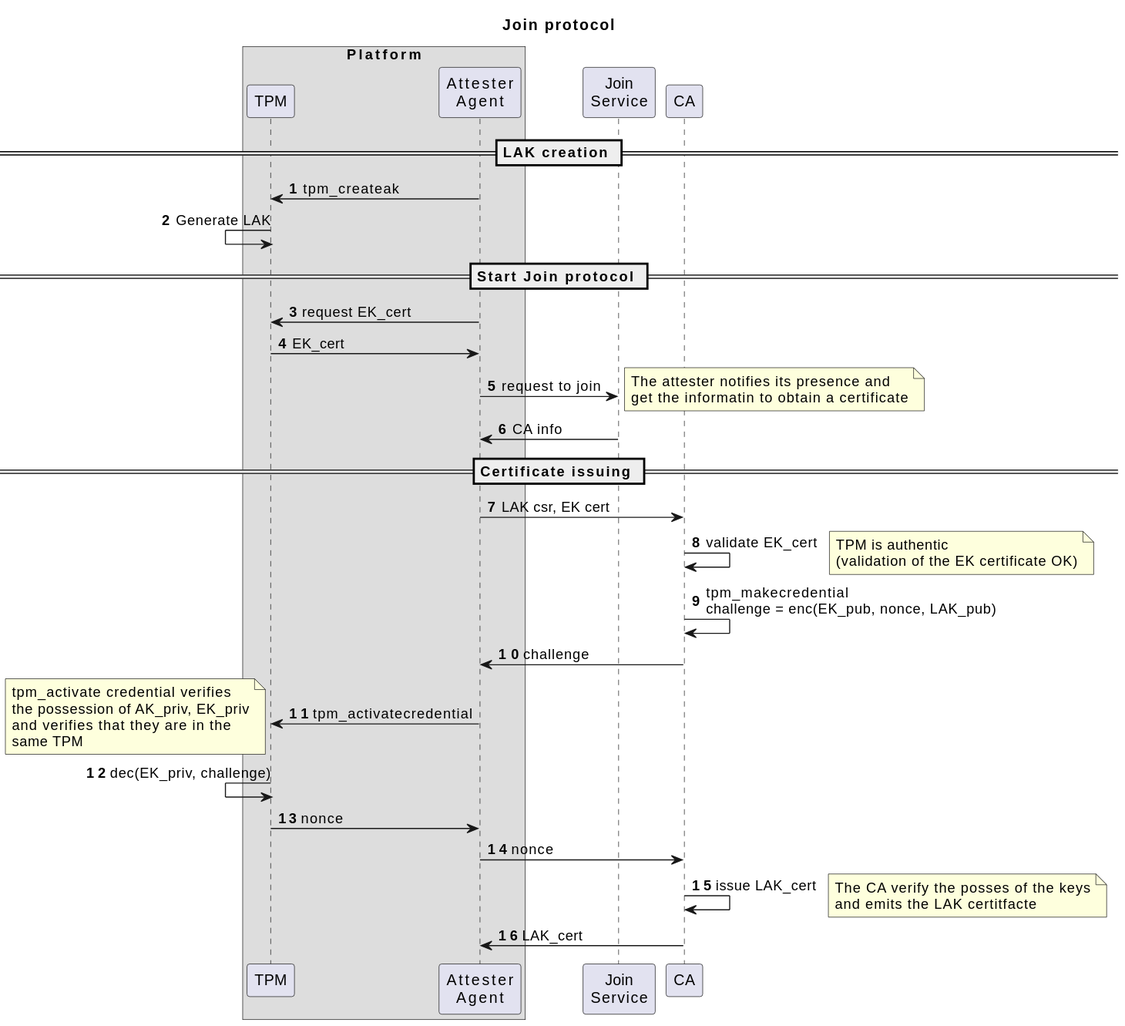
Earlier version of the PlantUML export docs/protocols/join.svg (Cybersecurity-LINKS/embrave). Source of this version:
```plantuml
@startuml
title
Join protocol
end title
autonumber

box "Platform"
participant TPM
participant "Attester\nAgent" as attester_agent
endbox
participant "Join\nService" as join_service

== LAK creation ==
TPM<-attester_agent: tpm_createak
TPM<-TPM:  Generate LAK

== Start Join protocol ==
TPM<-attester_agent: request EK_cert
TPM->attester_agent: EK_cert
attester_agent->join_service: request to join
note right
The attester notifies its presence and
get the informatin to obtain a certificate
end note
join_service->attester_agent: CA info

== Certificate issuing ==
attester_agent->CA: LAK csr, EK cert
CA->CA: validate EK_cert
note right
TPM is authentic
(validation of the EK certificate OK)
end note
CA->CA: tpm_makecredential\nchallenge = enc(EK_pub, nonce, LAK_pub)
attester_agent<-CA: challenge
TPM<-attester_agent: tpm_activatecredential
note left
tpm_activate credential verifies
the possession of AK_priv, EK_priv
and verifies that they are in the
same TPM
end note
TPM<-TPM: dec(EK_priv, challenge)
TPM->attester_agent: nonce
attester_agent->CA: nonce
CA->CA: issue LAK_cert
note right
The CA verify the posses of the keys
and emits the LAK certitfacte
end note
CA->attester_agent: LAK_cert
@enduml
```
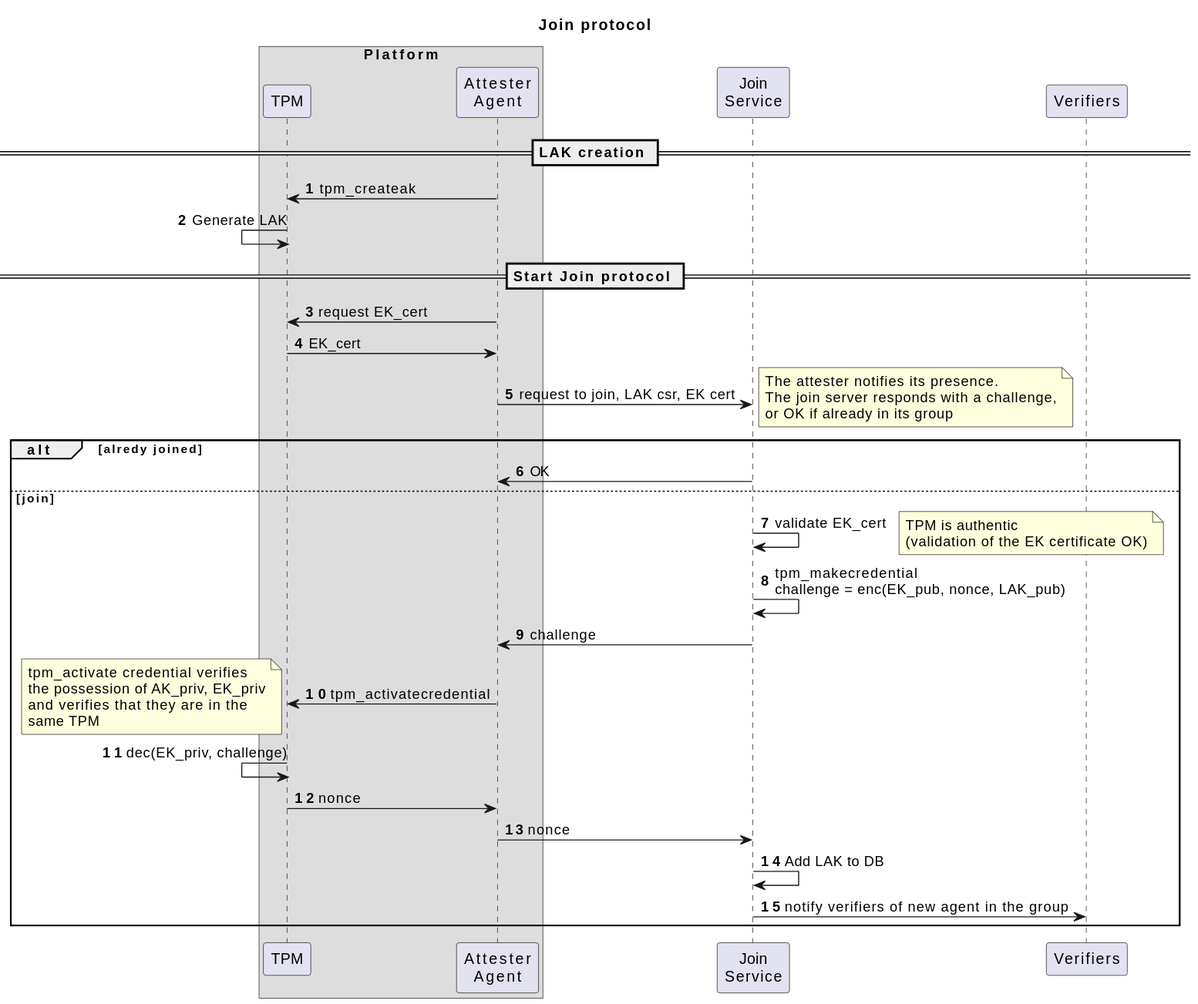
After the change.

Commit message:
docs: changed the join protocol diagram (svg file)

Diff of the diagram source:
```diff
@@ -17,36 +17,34 @@
 == Start Join protocol ==
 TPM<-attester_agent: request EK_cert
 TPM->attester_agent: EK_cert
-attester_agent->join_service: request to join
+attester_agent->join_service: request to join, LAK csr, EK cert
 note right
-The attester notifies its presence and
-get the informatin to obtain a certificate
+The attester notifies its presence.
+The join server responds with a challenge,
+or OK if already in its group
 end note
-join_service->attester_agent: CA info
 
-== Certificate issuing ==
-attester_agent->CA: LAK csr, EK cert
-CA->CA: validate EK_cert
-note right
-TPM is authentic
-(validation of the EK certificate OK)
-end note
-CA->CA: tpm_makecredential\nchallenge = enc(EK_pub, nonce, LAK_pub)
-attester_agent<-CA: challenge
-TPM<-attester_agent: tpm_activatecredential
-note left
-tpm_activate credential verifies
-the possession of AK_priv, EK_priv
-and verifies that they are in the
-same TPM
-end note
-TPM<-TPM: dec(EK_priv, challenge)
-TPM->attester_agent: nonce
-attester_agent->CA: nonce
-CA->CA: issue LAK_cert
-note right
-The CA verify the posses of the keys
-and emits the LAK certitfacte
-end note
-CA->attester_agent: LAK_cert
+alt alredy joined
+  join_service->attester_agent: OK
+else join
+  join_service->join_service: validate EK_cert
+  note right
+    TPM is authentic
+    (validation of the EK certificate OK)
+  end note
+  join_service->join_service: tpm_makecredential\nchallenge = enc(EK_pub, nonce, LAK_pub)
+  attester_agent<-join_service: challenge
+  TPM<-attester_agent: tpm_activatecredential
+  note left
+    tpm_activate credential verifies
+    the possession of AK_priv, EK_priv
+    and verifies that they are in the
+    same TPM
+  end note
+  TPM<-TPM: dec(EK_priv, challenge)
+  TPM->attester_agent: nonce
+  attester_agent->join_service: nonce
+  join_service->join_service: Add LAK to DB
+  join_service->Verifiers: notify verifiers of new agent in the group
+end
 @enduml
```
